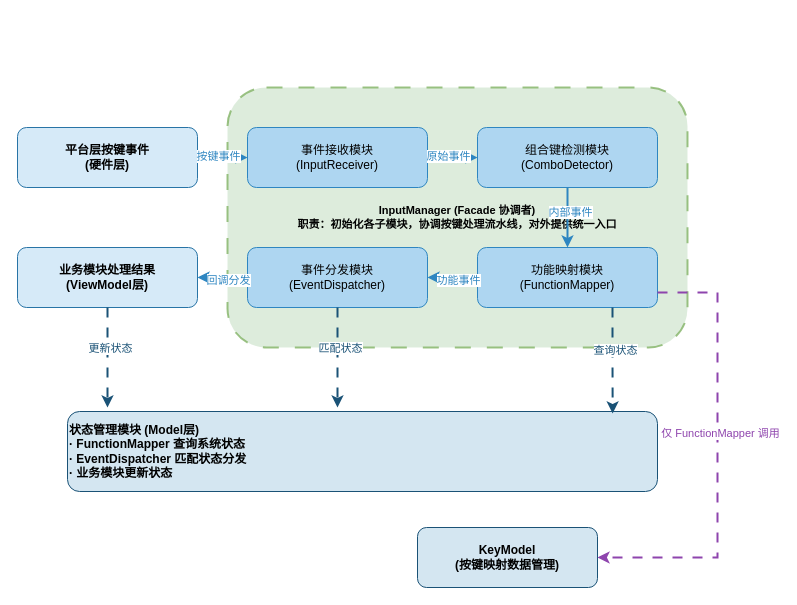
Above: page "按键分发" (11 of 13) of PDR.drawio in liyunhao2/technology (draw.io), before the change. Source tidied: cells renumbered, new cells numbered last; positions are measured from the earlier drawing's top-left corner, leaving out a move shared by most shapes. Both pictures are drawn from the tidied source at 100%, with x=0, y=0 at pixel (17, 87).
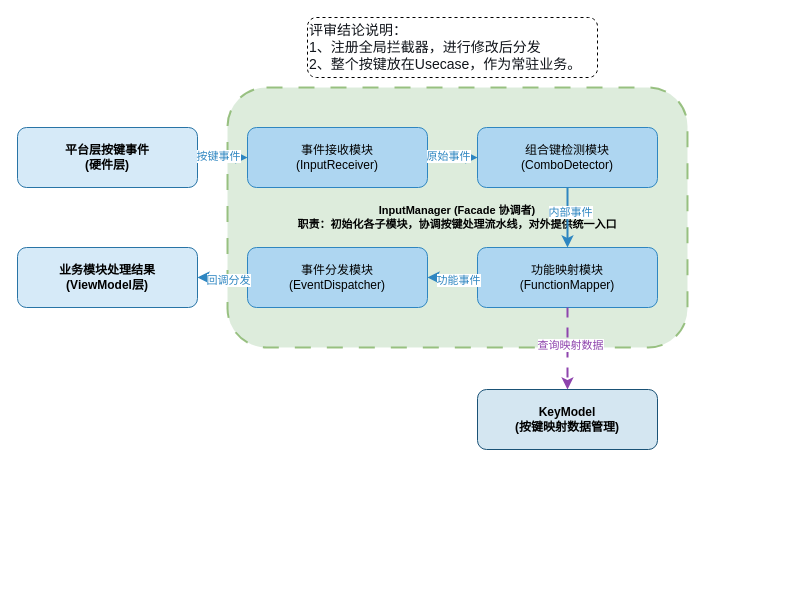
The same page after the edit.

The change refers to these unchanged cells:
```xml
<mxCell id="6" value="功能映射模块&lt;br&gt;(FunctionMapper)" style="rounded=1;whiteSpace=wrap;html=1;fillColor=#AED6F1;strokeColor=#2E86C1;fontSize=12;" parent="1" vertex="1">
  <mxGeometry x="460" y="160" width="180" height="60" as="geometry" />
</mxCell>
<mxCell id="7" value="事件分发模块&lt;br&gt;(EventDispatcher)" style="rounded=1;whiteSpace=wrap;html=1;fillColor=#AED6F1;strokeColor=#2E86C1;fontSize=12;" parent="1" vertex="1">
  <mxGeometry x="230" y="160" width="180" height="60" as="geometry" />
</mxCell>
<mxCell id="8" value="业务模块处理结果&lt;br&gt;(ViewModel层)" style="rounded=1;whiteSpace=wrap;html=1;fillColor=#D6EAF8;strokeColor=#2874A6;fontSize=12;fontStyle=1;" parent="1" vertex="1">
  <mxGeometry y="160" width="180" height="60" as="geometry" />
</mxCell>
```

Change to the diagram source:
```diff
@@
-    <mxCell id="9" value="状态管理模块 (Model层)&lt;br&gt;· FunctionMapper 查询系统状态&lt;br&gt;· EventDispatcher 匹配状态分发&lt;br&gt;· 业务模块更新状态" style="rounded=1;whiteSpace=wrap;html=1;fillColor=#D4E6F1;strokeColor=#1A5276;fontSize=12;fontStyle=1;align=left;" parent="1" vertex="1">
-      <mxGeometry x="50" y="324" width="590" height="80" as="geometry" />
-    </mxCell>
     <mxCell id="10" value="KeyModel&lt;br&gt;(按键映射数据管理)" style="rounded=1;whiteSpace=wrap;html=1;fillColor=#D4E6F1;strokeColor=#1A5276;fontSize=12;fontStyle=1;" parent="1" vertex="1">
-      <mxGeometry x="400" y="440" width="180" height="60" as="geometry" />
+      <mxGeometry x="460" y="302" width="180" height="60" as="geometry" />
     </mxCell>
@@
-    <mxCell id="21" style="edgeStyle=orthogonalEdgeStyle;rounded=0;html=1;exitX=0.5;exitY=1;dashed=1;dashPattern=5 5;endArrow=classic;strokeColor=#1A5276;strokeWidth=2;exitDx=0;exitDy=0;" parent="1" edge="1" source="8">
-      <mxGeometry relative="1" as="geometry">
-        <mxPoint x="90" y="320" as="targetPoint" />
-        <Array as="points">
-          <mxPoint x="90" y="260" />
-        </Array>
-      </mxGeometry>
-    </mxCell>
-    <mxCell id="22" value="更新状态" style="edgeLabel;html=1;align=center;verticalAlign=middle;fontSize=11;fontColor=#1A5276;" parent="21" vertex="1">
-      <mxGeometry x="-0.2" y="2" relative="1" as="geometry" />
-    </mxCell>
-    <mxCell id="23" style="edgeStyle=orthogonalEdgeStyle;rounded=0;html=1;exitX=0.5;exitY=1;dashed=1;dashPattern=5 5;endArrow=classic;strokeColor=#1A5276;strokeWidth=2;exitDx=0;exitDy=0;" parent="1" edge="1" source="7">
-      <mxGeometry relative="1" as="geometry">
-        <mxPoint x="320" y="320" as="targetPoint" />
-      </mxGeometry>
-    </mxCell>
-    <mxCell id="24" value="匹配状态" style="edgeLabel;html=1;align=center;verticalAlign=middle;fontSize=11;fontColor=#1A5276;" parent="23" vertex="1">
-      <mxGeometry x="-0.2" y="2" relative="1" as="geometry" />
-    </mxCell>
-    <mxCell id="25" style="edgeStyle=orthogonalEdgeStyle;rounded=0;html=1;exitX=0.75;exitY=1;entryX=0.924;entryY=0.025;dashed=1;dashPattern=5 5;endArrow=classic;strokeColor=#1A5276;strokeWidth=2;entryDx=0;entryDy=0;exitDx=0;exitDy=0;entryPerimeter=0;" parent="1" edge="1" source="6" target="9">
-      <mxGeometry relative="1" as="geometry" />
-    </mxCell>
-    <mxCell id="26" value="查询状态" style="edgeLabel;html=1;align=center;verticalAlign=middle;fontSize=11;fontColor=#1A5276;" parent="25" vertex="1">
-      <mxGeometry x="-0.2" y="2" relative="1" as="geometry" />
-    </mxCell>
-    <mxCell id="27" style="edgeStyle=orthogonalEdgeStyle;rounded=0;html=1;exitX=1;exitY=0.75;dashed=1;dashPattern=5 5;endArrow=classic;strokeColor=#8E44AD;strokeWidth=2;exitDx=0;exitDy=0;" parent="1" edge="1" source="6">
+    <mxCell id="27" style="edgeStyle=orthogonalEdgeStyle;rounded=0;html=1;exitX=0.5;exitY=1;dashed=1;dashPattern=5 5;endArrow=classic;strokeColor=#8E44AD;strokeWidth=2;exitDx=0;exitDy=0;entryX=0.5;entryY=0;entryDx=0;entryDy=0;" parent="1" edge="1" source="6" target="10">
       <mxGeometry relative="1" as="geometry">
-        <mxPoint x="580" y="470" as="targetPoint" />
         <Array as="points">
-          <mxPoint x="700" y="205" />
-          <mxPoint x="700" y="470" />
+          <mxPoint x="550" y="280" />
+          <mxPoint x="550" y="280" />
         </Array>
       </mxGeometry>
     </mxCell>
-    <mxCell id="28" value="仅 FunctionMapper 调用" style="edgeLabel;html=1;align=center;verticalAlign=middle;fontSize=11;fontColor=#8E44AD;" parent="27" vertex="1">
+    <mxCell id="28" value="查询映射数据" style="edgeLabel;html=1;align=center;verticalAlign=middle;fontSize=11;fontColor=#8E44AD;" parent="27" vertex="1">
       <mxGeometry x="-0.1" y="2" relative="1" as="geometry" />
     </mxCell>
+    <mxCell id="29" value="&lt;div&gt;&lt;span style=&quot;color: rgb(16, 20, 26); font-family: &amp;quot;PingFang SC&amp;quot;, &amp;quot;Microsoft YaHei&amp;quot;, 黑体, 宋体, sans-serif, TdocsUncommon; font-size: 14px; white-space: pre-line; background-color: rgba(255, 255, 255, 0.92);&quot;&gt;评审结论说明：&lt;/span&gt;&lt;/div&gt;&lt;span style=&quot;color: rgb(16, 20, 26); font-family: &amp;quot;PingFang SC&amp;quot;, &amp;quot;Microsoft YaHei&amp;quot;, 黑体, 宋体, sans-serif, TdocsUncommon; font-size: 14px; white-space: pre-line; background-color: rgba(255, 255, 255, 0.92);&quot;&gt;1、注册全局拦截器，进行修改后分发&lt;/span&gt;&lt;div&gt;&lt;span style=&quot;color: rgb(16, 20, 26); font-family: &amp;quot;PingFang SC&amp;quot;, &amp;quot;Microsoft YaHei&amp;quot;, 黑体, 宋体, sans-serif, TdocsUncommon; font-size: 14px; white-space: pre-line; background-color: rgba(255, 255, 255, 0.92);&quot;&gt;2、&lt;/span&gt;&lt;span style=&quot;background-color: rgba(255, 255, 255, 0.92); color: rgb(16, 20, 26); font-family: &amp;quot;PingFang SC&amp;quot;, &amp;quot;Microsoft YaHei&amp;quot;, 黑体, 宋体, sans-serif, TdocsUncommon; font-size: 14px; white-space: pre-line;&quot;&gt;整个按键放在Usecase，作为常驻业务。&lt;/span&gt;&lt;/div&gt;" style="rounded=1;whiteSpace=wrap;html=1;dashed=1;align=left;" parent="1" vertex="1">
+      <mxGeometry x="290" y="-70" width="290" height="60" as="geometry" />
+    </mxCell>
```
